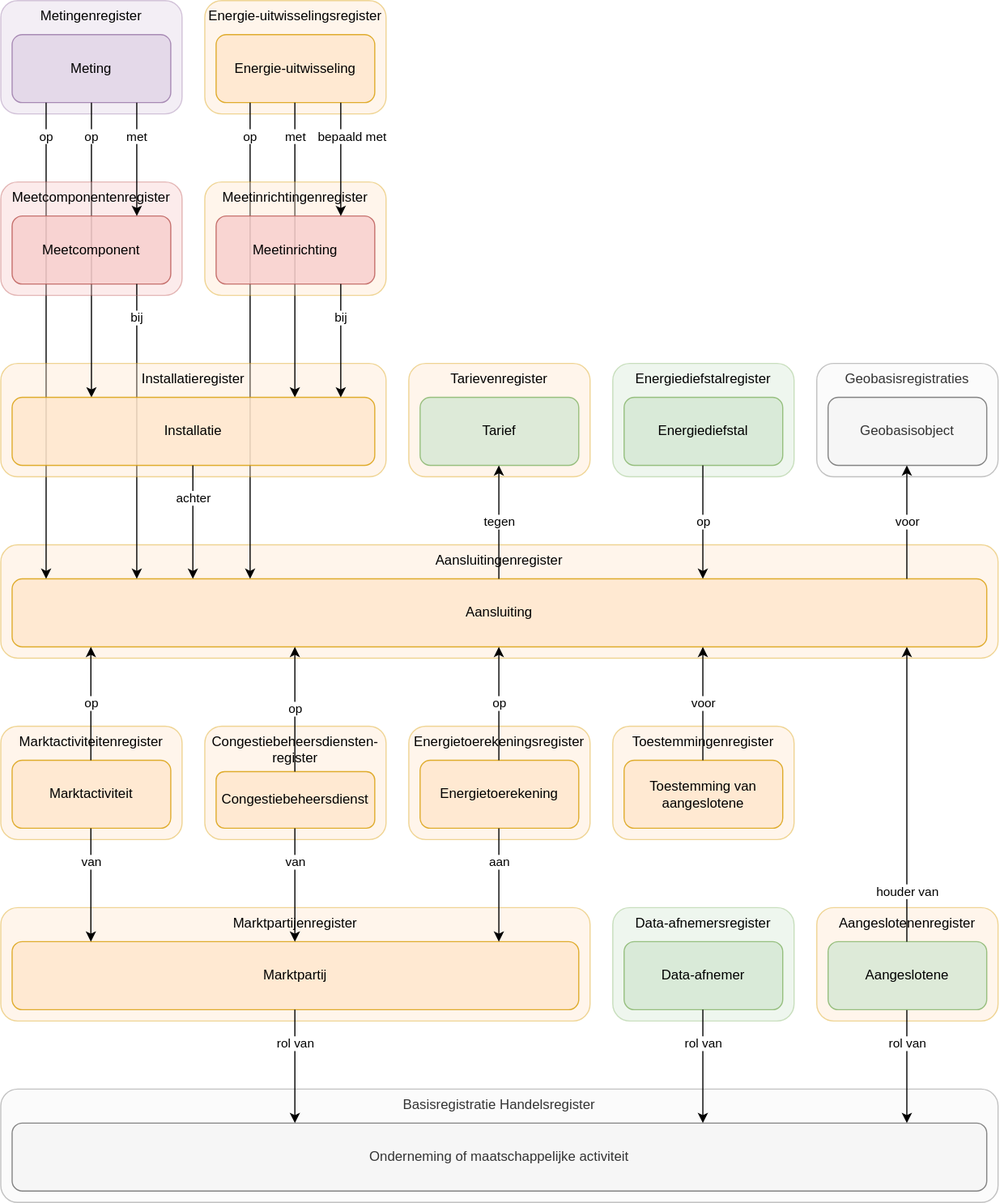
Earlier version of the draw.io export docs/assets/images/stelselplaat.drawio.svg (Netbeheer-Nederland/stelsel). Source tidied: cells renumbered, new cells last; positions are measured from the earlier drawing's top-left corner, leaving out a move shared by most shapes.
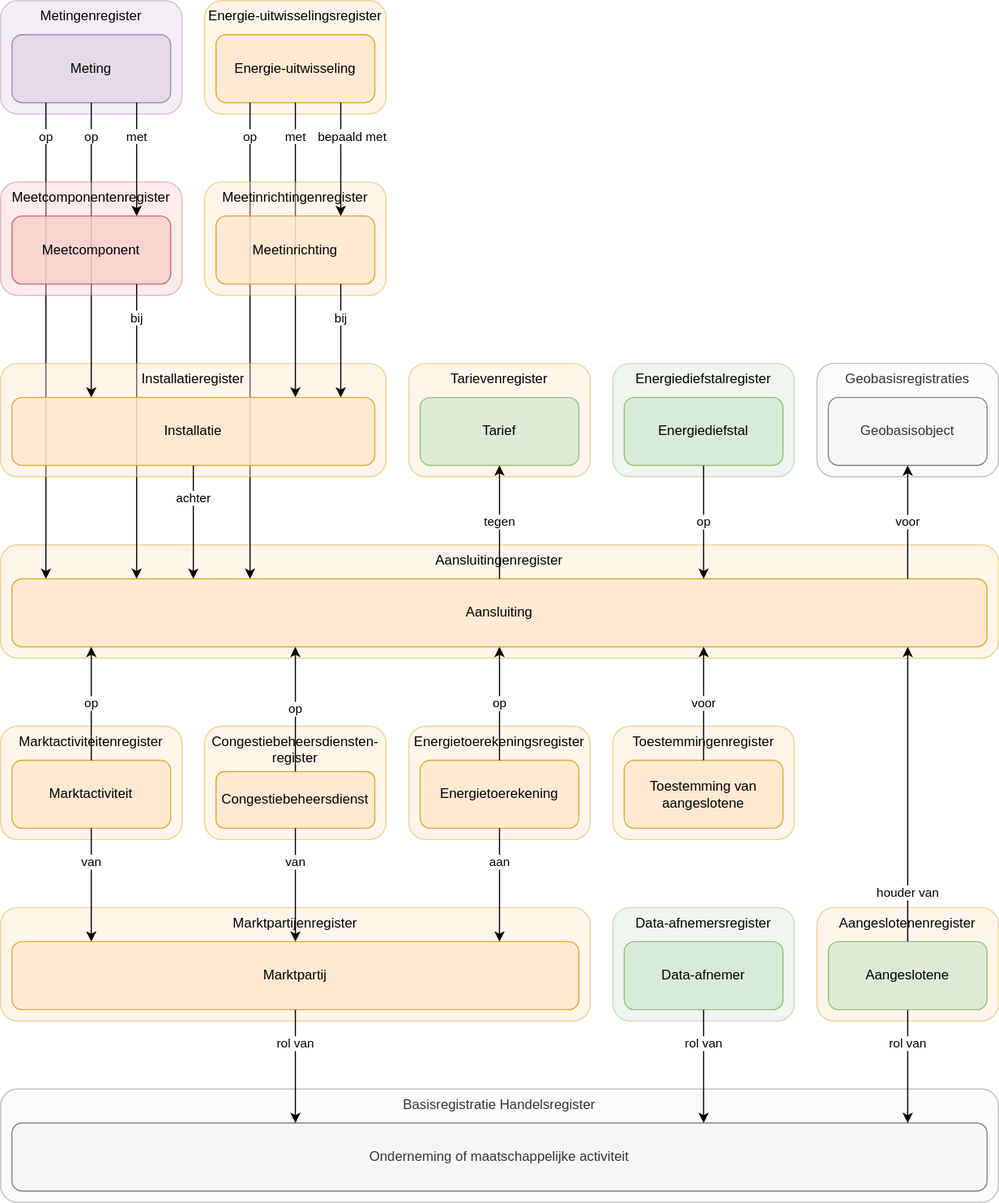
The same diagram one commit later.

Commit message:
meetinrichting in marktdomein

The edit, as a diff of the source:
```diff
@@ -157,7 +157,7 @@
     <mxCell id="47" value="Meetinrichtingenregister" style="rounded=1;whiteSpace=wrap;html=1;verticalAlign=top;align=center;horizontal=1;strokeWidth=1;opacity=40;fillColor=#ffe6cc;strokeColor=#d79b00;" parent="1" vertex="1">
       <mxGeometry x="180" y="160" width="160" height="100" as="geometry" />
     </mxCell>
-    <mxCell id="48" value="Meetinrichting" style="rounded=1;whiteSpace=wrap;html=1;fillColor=#f8cecc;strokeColor=#b85450;opacity=80;" parent="1" vertex="1">
+    <mxCell id="48" value="Meetinrichting" style="rounded=1;whiteSpace=wrap;html=1;fillColor=#ffe6cc;strokeColor=#d79b00;opacity=80;" parent="1" vertex="1">
       <mxGeometry x="190" y="190" width="140" height="60" as="geometry" />
     </mxCell>
     <mxCell id="49" value="Installatie" style="rounded=1;whiteSpace=wrap;html=1;fillColor=#ffe6cc;strokeColor=#d79b00;opacity=80;" parent="1" vertex="1">
```
